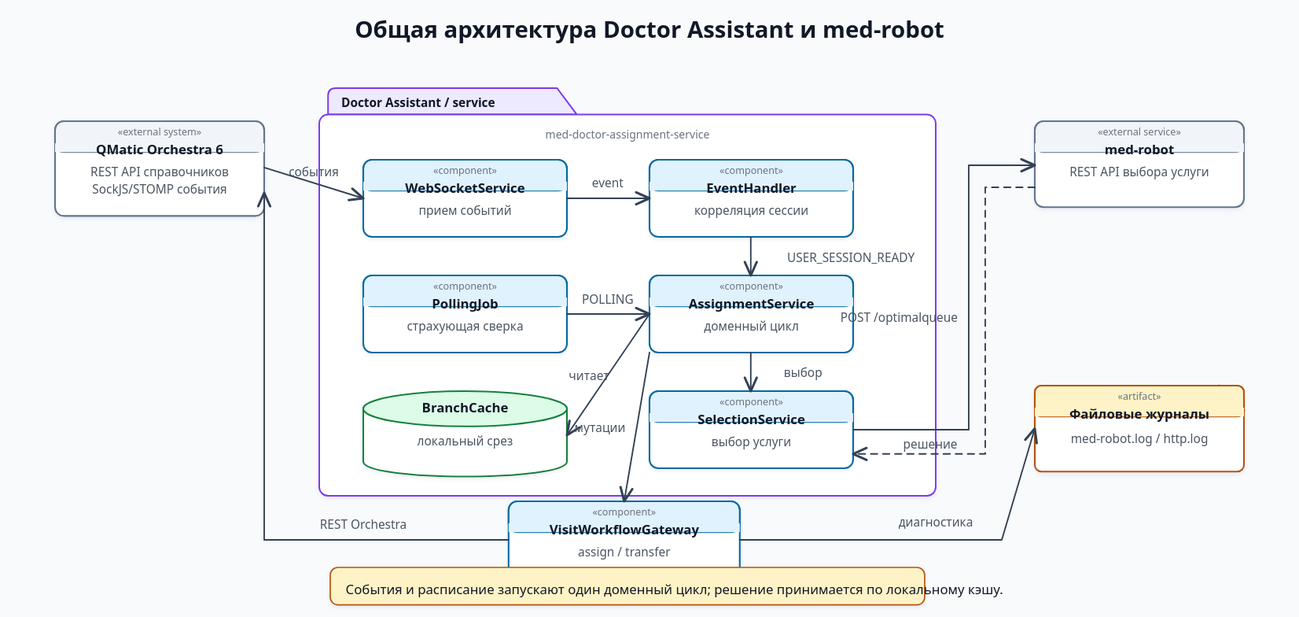
The PlantUML diagram docs/diagrams/architecture-overview.svg in psokolov25/DoctorAssignment, before a commit. Its source is kept beside it as docs/plantuml/architecture-overview.puml.
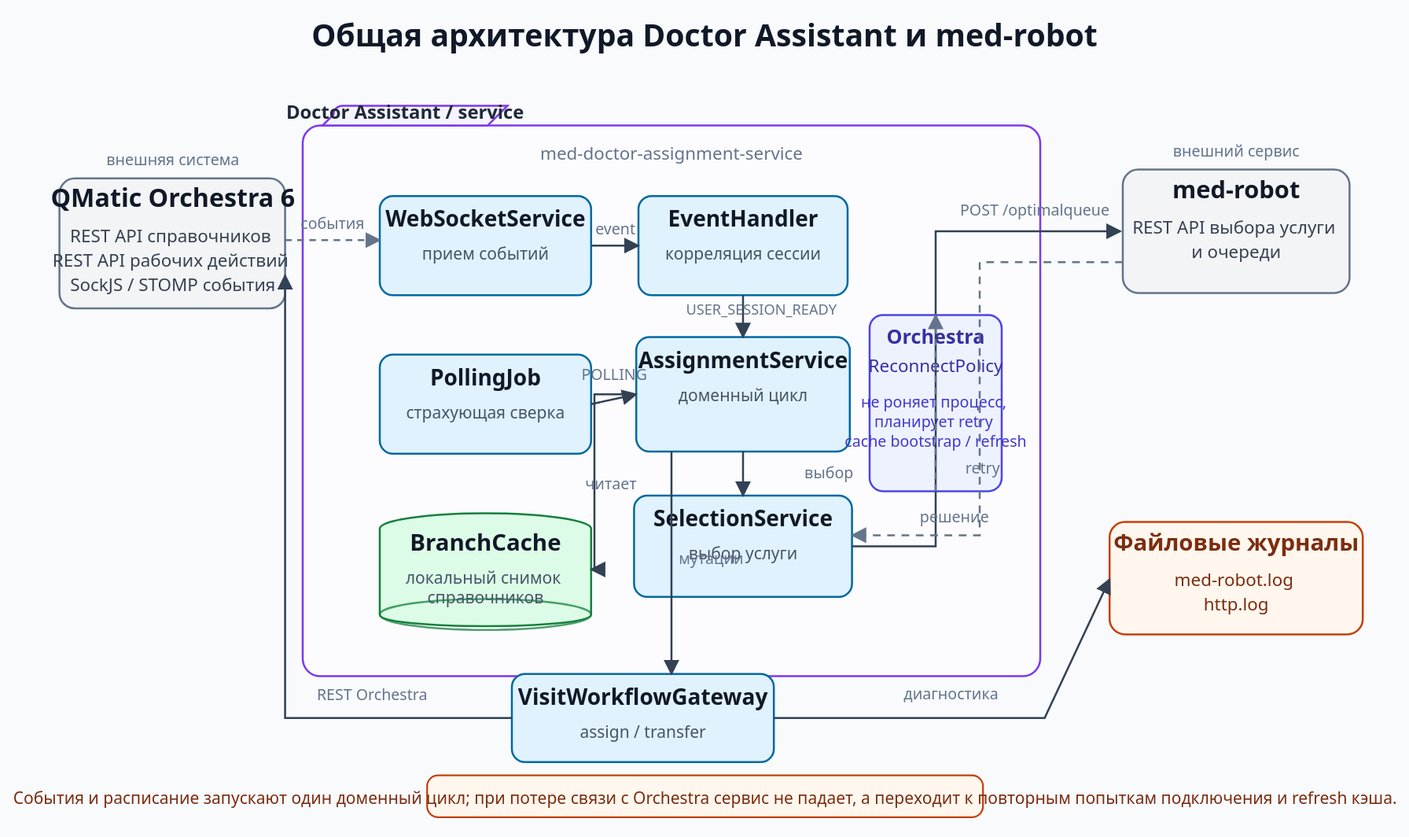
Above is the later version.

Diff of the diagram source:
```diff
@@ -1,106 +1,72 @@
 @startuml
-title Общая архитектура Doctor Assistant и med-robot
-
+left to right direction
 skinparam backgroundColor #F8FAFC
+skinparam defaultFontName Segoe UI
+skinparam defaultFontSize 15
 skinparam shadowing false
-skinparam defaultFontName "Segoe UI"
-skinparam defaultFontSize 13
-skinparam defaultTextAlignment center
-skinparam wrapWidth 170
+skinparam ArrowColor #334155
+skinparam ArrowThickness 1.5
+skinparam packageStyle rectangle
+skinparam componentStyle rectangle
+skinparam rectangleRoundCorner 12
+skinparam linetype ortho
+skinparam wrapWidth 220
 skinparam maxMessageSize 120
-skinparam linetype ortho
-skinparam ArrowColor #334155
-skinparam ArrowThickness 1.2
-skinparam packageStyle rectangle
-skinparam componentStyle uml2
-skinparam classAttributeIconSize 0
-skinparam handwritten false
-skinparam RoundCorner 6
-skinparam nodesep 38
-skinparam ranksep 46
-skinparam package {
-  BackgroundColor #FFFFFF
-  BorderColor #7C3AED
-  FontColor #111827
-}
+skinparam nodesep 55
+skinparam ranksep 55
 skinparam component {
   BackgroundColor #E0F2FE
   BorderColor #0369A1
-  FontColor #111827
+  FontColor #0F172A
 }
-skinparam interface {
-  BackgroundColor #F8FAFC
-  BorderColor #64748B
+skinparam package {
+  BackgroundColor #FCFCFF
+  BorderColor #7C3AED
   FontColor #111827
 }
 skinparam database {
   BackgroundColor #DCFCE7
   BorderColor #15803D
-  FontColor #111827
 }
 skinparam artifact {
-  BackgroundColor #FEF3C7
-  BorderColor #B45309
-  FontColor #111827
+  BackgroundColor #FFF7ED
+  BorderColor #C2410C
 }
-skinparam node {
-  BackgroundColor #FFFFFF
-  BorderColor #64748B
-  FontColor #111827
+
+title Общая архитектура Doctor Assistant и med-robot
+
+rectangle "<<external system>>\nQMatic Orchestra 6\n--\nREST API справочников\nREST API рабочих действий\nSockJS / STOMP события" as orchestra #F3F4F6
+rectangle "<<external service>>\nmed-robot\n--\nREST API выбора услуги\nи очереди" as medrobot #F3F4F6
+artifact "Файловые журналы\n--\nmed-robot.log\nhttp.log" as logs
+
+package "Doctor Assistant / service\nmed-doctor-assignment-service" {
+  component "WebSocketService\n--\nприем событий" as websocket
+  component "EventHandler\n--\nкорреляция сессии" as handler
+  component "PollingJob\n--\nстрахующая сверка" as polling
+  component "AssignmentService\n--\nдоменный цикл" as assignment
+  component "SelectionService\n--\nвыбор услуги" as selection
+  component "VisitWorkflowGateway\n--\nassign / transfer" as workflow
+  component "OrchestraReconnectPolicy\n--\nне роняет процесс\nпланирует retry\ncache bootstrap / refresh" as retry #EEF2FF
+  database "BranchCache\n--\nлокальный снимок\nсправочников" as cache
 }
-skinparam note {
-  BackgroundColor #FEF3C7
-  BorderColor #B45309
-  FontColor #111827
-}
-skinparam actor {
-  BorderColor #475569
-  FontColor #111827
-}
-skinparam sequence {
-  ArrowColor #334155
-  ArrowThickness 1.2
-  LifeLineBorderColor #CBD5E1
-  LifeLineBackgroundColor transparent
-  ParticipantBackgroundColor #E0F2FE
-  ParticipantBorderColor #0369A1
-  ParticipantFontColor #111827
-  GroupBorderColor #94A3B8
-  GroupBackgroundColor transparent
-  GroupFontColor #334155
-  BoxBackgroundColor transparent
-  BoxBorderColor #CBD5E1
-}
-skinparam responseMessageBelowArrow true
 
-left to right direction
+orchestra -[dashed]-> websocket : события
+websocket --> handler : event
+handler --> assignment : USER_SESSION_READY
+polling --> assignment : POLLING
+assignment --> cache : читает
+assignment --> selection : выбор
+selection -[dashed]-> medrobot : POST /optimalqueue
+medrobot -[dashed]-> selection : решение
+assignment --> workflow : мутации
+workflow --> orchestra : REST Orchestra
+workflow --> logs : диагностика
+retry -[dashed]-> assignment : retry bootstrap / refresh
+assignment --> retry : ошибки связи с Orchestra
 
-node "QMatic Orchestra 6\nREST API справочников\nSockJS/STOMP события" <<external system>> as orchestra
-node "med-robot\nREST API выбора услуги и очереди" <<external service>> as robot
-artifact "Файловые журналы\nmed-robot.log\nhttp.log" as logs
-package "Doctor Assistant / service\nmed-doctor-assignment-service" as svc {
-  component "WebSocketService\nприем событий" as ws
-  component "EventHandler\nкорреляция сессии" as ev
-  component "PollingJob\nстрахующая сверка" as poll
-  component "AssignmentService\nдоменный цикл" as assign
-  database "BranchCache\nлокальный срез" as cache
-  component "SelectionService\nвыбор услуги" as sel
-  component "VisitWorkflowGateway\nassign / transfer" as flow
-}
-orchestra ..> ws : события
-ws ..> ev : event
-ev ..> assign : USER_SESSION_READY
-poll ..> assign : POLLING
-assign ..> cache : читает
-assign ..> sel : выбор
-sel ..> robot : POST /optimalqueue
-sel ..> assign : решение
-assign ..> flow : мутации
-flow ..> orchestra : REST Orchestra
-flow ..> logs : диагностика
-
-note bottom of svc
-  События и расписание запускают один доменный цикл;
-  решение принимается по локальному кэшу.
+note bottom of assignment
+События и расписание запускают один доменный цикл.
+При отсутствии или потере связи с Orchestra сервис не падает,
+а остается запущенным и периодически повторяет попытку подключения.
 end note
 @enduml
```
